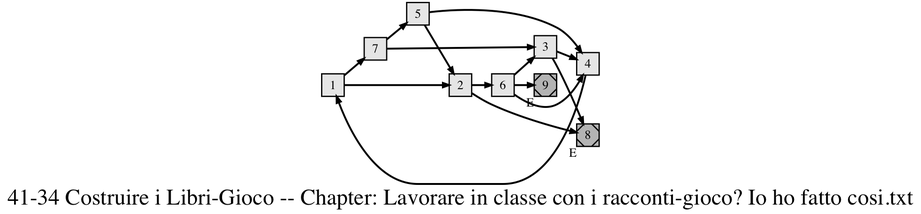
Before: assets/gamebooks/image/41-34 Costruire i Libri-Gioco -- Chapter - Lavorare in classe con i racconti-gioco Io ho fatto cosi.txt.gv.png, a diagram exported from Graphviz (jeremydouglass/transverse-gallery). Its source is kept beside it as assets/gamebooks/graphviz/41-34 Costruire i Libri-Gioco -- Chapter - Lavorare in classe con i racconti-gioco Io ho fatto cosi.txt.gv.
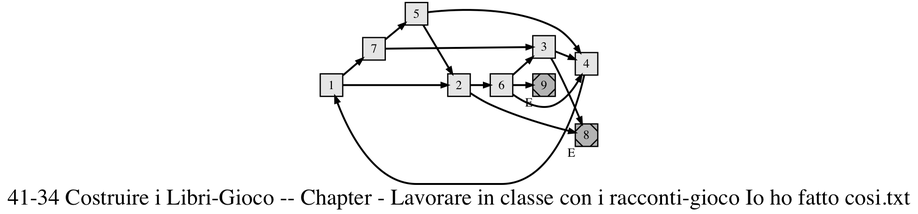
The same file after the commit.

Diff of the diagram source:
```diff
@@ -1,5 +1,5 @@
 digraph g{
-  graph [ label="41-34 Costruire i Libri-Gioco -- Chapter: Lavorare in classe con i racconti-gioco? Io ho fatto cosi.txt" rankdir=LR, ordering=out, fontsize=36, nodesep="0.35", ranksep="0.45"];
+  graph [ label="41-34 Costruire i Libri-Gioco -- Chapter - Lavorare in classe con i racconti-gioco Io ho fatto cosi.txt" rankdir=LR, ordering=out, fontsize=36, nodesep="0.35", ranksep="0.45"];
   node  [shape=rect, penwidth=2, fontsize=20, style=filled, fillcolor=grey90, margin="0,0", labelfloat=true, regular=true, fixedsize=true];
   edge  [labelfloat=true, penwidth=3, fontsize=12];
   1 -> 7;
```
